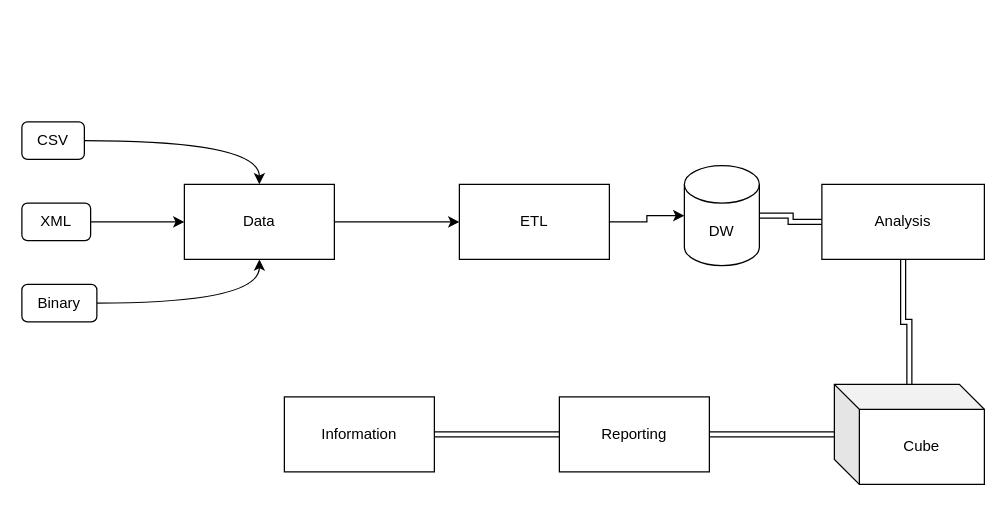
Earlier version of the draw.io diagram page "BI Life Cycle" (1 of 6) of Untitled Diagram.drawio (kmldpsng/PowerBI). Source tidied: cells renumbered, new cells numbered last; positions are measured from the earlier drawing's top-left corner, leaving out a move shared by most shapes. Both pictures are drawn from the tidied source at 125%, with x=0, y=0 at pixel (21, 121).
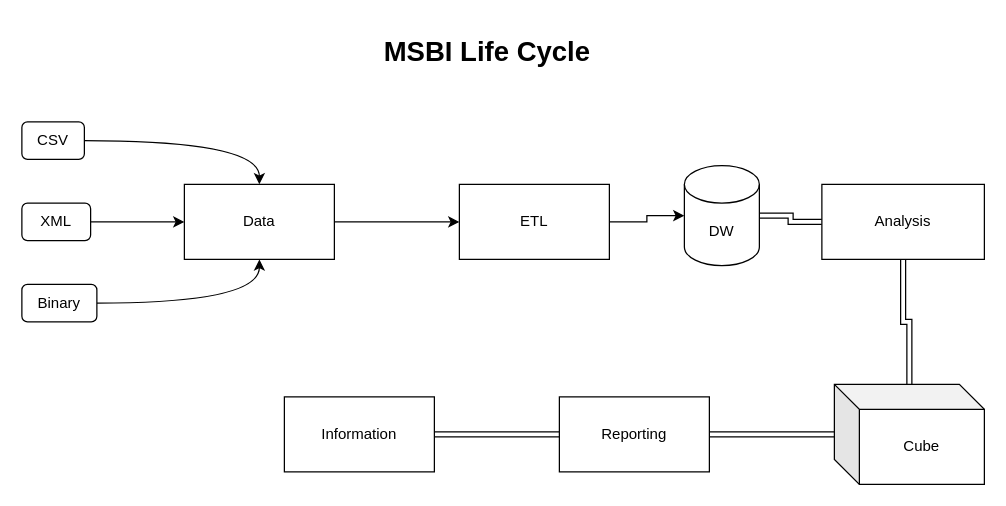
After the change.

What changed in the source:
```diff
@@
+    <mxCell id="21" value="&lt;b style=&quot;font-size: 22px;&quot;&gt;MSBI Life Cycle&lt;/b&gt;" style="text;html=1;strokeColor=none;fillColor=none;align=center;verticalAlign=middle;whiteSpace=wrap;rounded=0;labelBackgroundColor=default;fontSize=22;fontColor=default;" parent="1" vertex="1">
+      <mxGeometry x="250" y="-80" width="245" height="50" as="geometry" />
+    </mxCell>
```
